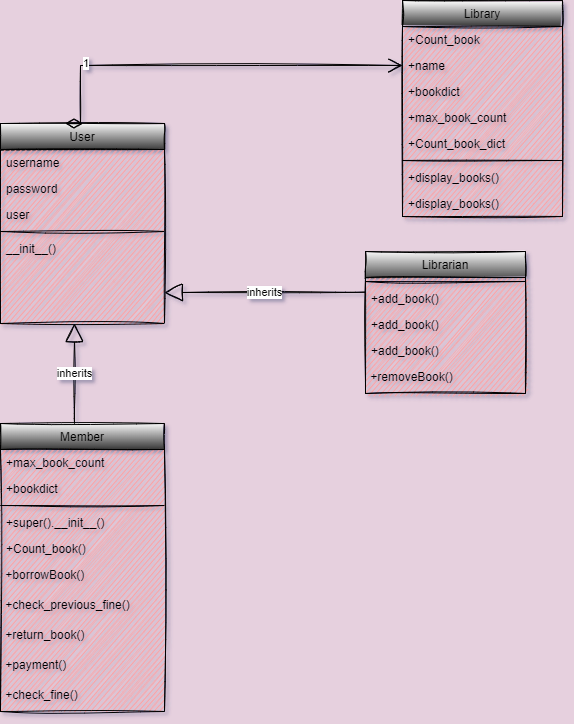
Above: UML.drawio.png in nobaisahkheram/Finals-Mini-E-Library-Management-System (draw.io), before the change. Source tidied: cells renumbered, new cells last; positions are measured from the earlier drawing's top-left corner, leaving out a move shared by most shapes.
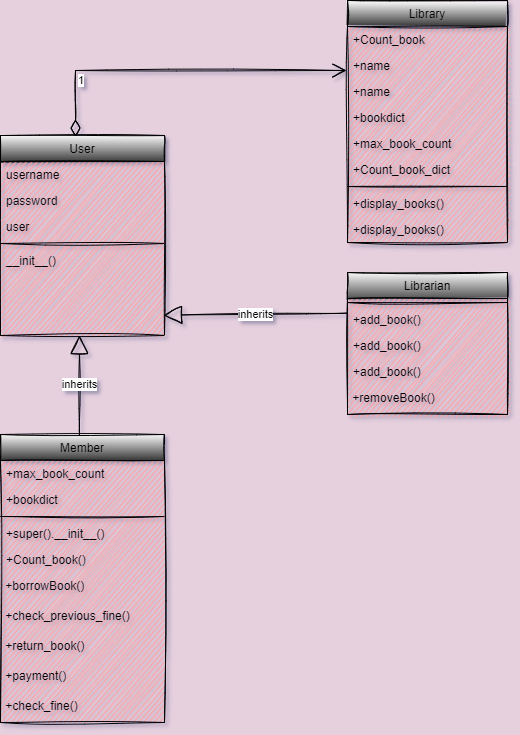
The same file after the commit.

What changed in the source:
```diff
@@ -3,7 +3,7 @@
     <mxCell id="0" />
     <mxCell id="1" parent="0" />
     <mxCell id="2" value="User" style="swimlane;fontStyle=0;align=center;verticalAlign=top;horizontal=1;startSize=26;rounded=0;shadow=0;strokeWidth=1;gradientColor=#333333;glass=0;swimlaneFillColor=#FF9999;sketch=1;" parent="1" vertex="1">
-      <mxGeometry y="123" width="164" height="200" as="geometry" />
+      <mxGeometry x="-65" y="137" width="164" height="200" as="geometry" />
     </mxCell>
     <mxCell id="3" value="username" style="text;align=left;verticalAlign=top;spacingLeft=4;spacingRight=4;overflow=hidden;rounded=0;sketch=1;" parent="2" vertex="1">
       <mxGeometry y="26" width="164" height="26" as="geometry" />
@@ -21,7 +21,7 @@
       <mxGeometry y="112" width="164" height="78" as="geometry" />
     </mxCell>
     <mxCell id="8" value="Member" style="swimlane;fontStyle=0;align=center;verticalAlign=top;horizontal=1;startSize=26;rounded=0;shadow=0;strokeWidth=1;gradientColor=#333333;swimlaneFillColor=#FF9999;sketch=1;" parent="1" vertex="1">
-      <mxGeometry y="423" width="164" height="288" as="geometry" />
+      <mxGeometry x="-65" y="436" width="164" height="288" as="geometry" />
     </mxCell>
     <mxCell id="9" value="+max_book_count" style="text;align=left;verticalAlign=top;spacingLeft=4;spacingRight=4;overflow=hidden;rounded=0;sketch=1;" parent="8" vertex="1">
       <mxGeometry y="26" width="164" height="26" as="geometry" />
@@ -54,7 +54,7 @@
       <mxGeometry y="258" width="164" height="30" as="geometry" />
     </mxCell>
     <mxCell id="19" value="Librarian" style="swimlane;fontStyle=0;align=center;verticalAlign=top;horizontal=1;startSize=26;rounded=0;shadow=0;strokeWidth=1;gradientColor=#4D4D4D;swimlaneFillColor=#FF9999;sketch=1;" parent="1" vertex="1">
-      <mxGeometry x="365" y="251" width="160" height="142" as="geometry" />
+      <mxGeometry x="282" y="274" width="160" height="142" as="geometry" />
     </mxCell>
     <mxCell id="20" style="line;html=1;strokeWidth=1;align=left;verticalAlign=middle;spacingTop=-1;spacingLeft=3;spacingRight=3;labelPosition=right;rounded=0;sketch=1;" parent="19" vertex="1">
       <mxGeometry y="26" width="160" height="8" as="geometry" />
@@ -72,50 +72,54 @@
       <mxGeometry y="112" width="160" height="30" as="geometry" />
     </mxCell>
     <mxCell id="25" value="Library" style="swimlane;fontStyle=0;align=center;verticalAlign=top;horizontal=1;startSize=26;rounded=0;shadow=0;strokeWidth=1;gradientColor=#333333;swimlaneFillColor=#FF9999;sketch=1;" parent="1" vertex="1">
-      <mxGeometry x="402" width="160" height="216" as="geometry" />
+      <mxGeometry x="282" y="2" width="160" height="242" as="geometry" />
     </mxCell>
     <mxCell id="26" value="+Count_book" style="text;align=left;verticalAlign=top;spacingLeft=4;spacingRight=4;overflow=hidden;rounded=0;sketch=1;" parent="25" vertex="1">
       <mxGeometry y="26" width="160" height="26" as="geometry" />
     </mxCell>
+    <mxCell id="37" value="+name" style="text;align=left;verticalAlign=top;spacingLeft=4;spacingRight=4;overflow=hidden;rounded=0;shadow=0;html=0;sketch=1;" parent="25" vertex="1">
+      <mxGeometry y="52" width="160" height="26" as="geometry" />
+    </mxCell>
     <mxCell id="27" value="+name" style="text;align=left;verticalAlign=top;spacingLeft=4;spacingRight=4;overflow=hidden;points=[[0,0.5],[1,0.5]];portConstraint=eastwest;rounded=0;shadow=0;html=0;sketch=1;" parent="25" vertex="1">
-      <mxGeometry y="52" width="160" height="26" as="geometry" />
+      <mxGeometry y="78" width="160" height="26" as="geometry" />
     </mxCell>
     <mxCell id="28" value="+bookdict" style="text;align=left;verticalAlign=top;spacingLeft=4;spacingRight=4;overflow=hidden;rounded=0;shadow=0;html=0;sketch=1;" parent="25" vertex="1">
-      <mxGeometry y="78" width="160" height="26" as="geometry" />
+      <mxGeometry y="104" width="160" height="26" as="geometry" />
     </mxCell>
     <mxCell id="29" value="+max_book_count" style="text;align=left;verticalAlign=top;spacingLeft=4;spacingRight=4;overflow=hidden;rounded=0;shadow=0;html=0;sketch=1;" parent="25" vertex="1">
-      <mxGeometry y="104" width="160" height="26" as="geometry" />
+      <mxGeometry y="130" width="160" height="26" as="geometry" />
     </mxCell>
     <mxCell id="30" value="+Count_book_dict" style="text;align=left;verticalAlign=top;spacingLeft=4;spacingRight=4;overflow=hidden;rounded=0;shadow=0;html=0;sketch=1;" parent="25" vertex="1">
-      <mxGeometry y="130" width="160" height="26" as="geometry" />
+      <mxGeometry y="156" width="160" height="26" as="geometry" />
     </mxCell>
     <mxCell id="31" style="line;html=1;strokeWidth=1;align=left;verticalAlign=middle;spacingTop=-1;spacingLeft=3;spacingRight=3;labelPosition=right;rounded=0;sketch=1;" parent="25" vertex="1">
-      <mxGeometry y="156" width="160" height="8" as="geometry" />
+      <mxGeometry y="182" width="160" height="8" as="geometry" />
     </mxCell>
     <mxCell id="32" value="+display_books()" style="text;align=left;verticalAlign=top;spacingLeft=4;spacingRight=4;overflow=hidden;rounded=0;sketch=1;" parent="25" vertex="1">
-      <mxGeometry y="164" width="160" height="26" as="geometry" />
+      <mxGeometry y="190" width="160" height="26" as="geometry" />
     </mxCell>
     <mxCell id="33" value="+display_books()" style="text;align=left;verticalAlign=top;spacingLeft=4;spacingRight=4;overflow=hidden;rounded=0;sketch=1;" parent="25" vertex="1">
-      <mxGeometry y="190" width="160" height="26" as="geometry" />
+      <mxGeometry y="216" width="160" height="26" as="geometry" />
     </mxCell>
-    <mxCell id="34" value="1" style="endArrow=open;html=1;endSize=12;startArrow=diamondThin;startSize=14;startFill=0;edgeStyle=orthogonalEdgeStyle;align=left;verticalAlign=bottom;rounded=0;sketch=1;entryX=0;entryY=0.5;entryDx=0;entryDy=0;exitX=0.5;exitY=0;exitDx=0;exitDy=0;" parent="1" edge="1" source="2" target="27">
+    <mxCell id="34" value="1" style="endArrow=open;html=1;endSize=12;startArrow=diamondThin;startSize=14;startFill=0;edgeStyle=orthogonalEdgeStyle;align=left;verticalAlign=bottom;rounded=0;sketch=1;" parent="1" edge="1">
       <mxGeometry x="-0.72" relative="1" as="geometry">
+        <mxPoint x="10" y="138" as="sourcePoint" />
+        <mxPoint x="281" y="72" as="targetPoint" />
         <Array as="points">
-          <mxPoint x="80" y="65" />
+          <mxPoint x="10" y="72" />
+          <mxPoint x="277" y="72" />
         </Array>
         <mxPoint x="1" as="offset" />
       </mxGeometry>
     </mxCell>
+    <mxCell id="36" value="inherits" style="endArrow=block;endSize=16;endFill=0;html=1;rounded=0;exitX=-0.004;exitY=0.256;exitDx=0;exitDy=0;exitPerimeter=0;sketch=1;entryX=0.995;entryY=0.867;entryDx=0;entryDy=0;entryPerimeter=0;" parent="1" edge="1" source="21" target="7">
+      <mxGeometry relative="1" as="geometry" />
+    </mxCell>
     <mxCell id="35" value="inherits" style="endArrow=block;endSize=16;endFill=0;html=1;rounded=0;sketch=1;" parent="1" edge="1">
       <mxGeometry relative="1" as="geometry">
-        <mxPoint x="74" y="423" as="sourcePoint" />
-        <mxPoint x="74" y="323" as="targetPoint" />
+        <mxPoint x="14" y="437" as="sourcePoint" />
+        <mxPoint x="14" y="337" as="targetPoint" />
       </mxGeometry>
     </mxCell>
-    <mxCell id="36" value="inherits" style="endArrow=block;endSize=16;endFill=0;html=1;rounded=0;exitX=-0.004;exitY=0.256;exitDx=0;exitDy=0;exitPerimeter=0;sketch=1;" parent="1" edge="1" source="21">
-      <mxGeometry relative="1" as="geometry">
-        <mxPoint x="164" y="292" as="targetPoint" />
-      </mxGeometry>
-    </mxCell>
   </root>
 </mxGraphModel>
```
